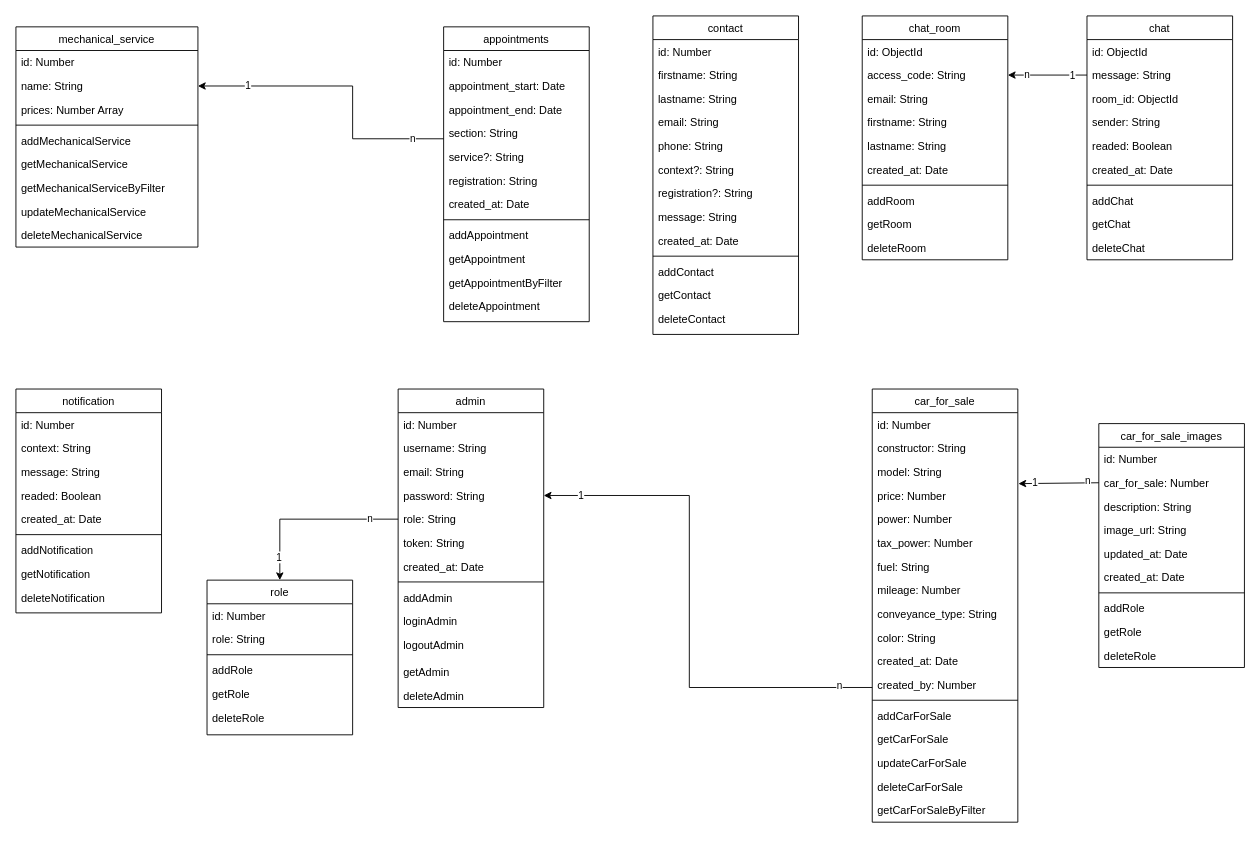
Earlier version of the draw.io diagram documentation/hephaistos-MCD.drawio (nsevendev/hephaistos). Source tidied: cells renumbered, new cells numbered last; positions are measured from the earlier drawing's top-left corner, leaving out a move shared by most shapes. Both pictures are drawn from the tidied source at 91%, with x=0, y=0 at pixel (15, 15).
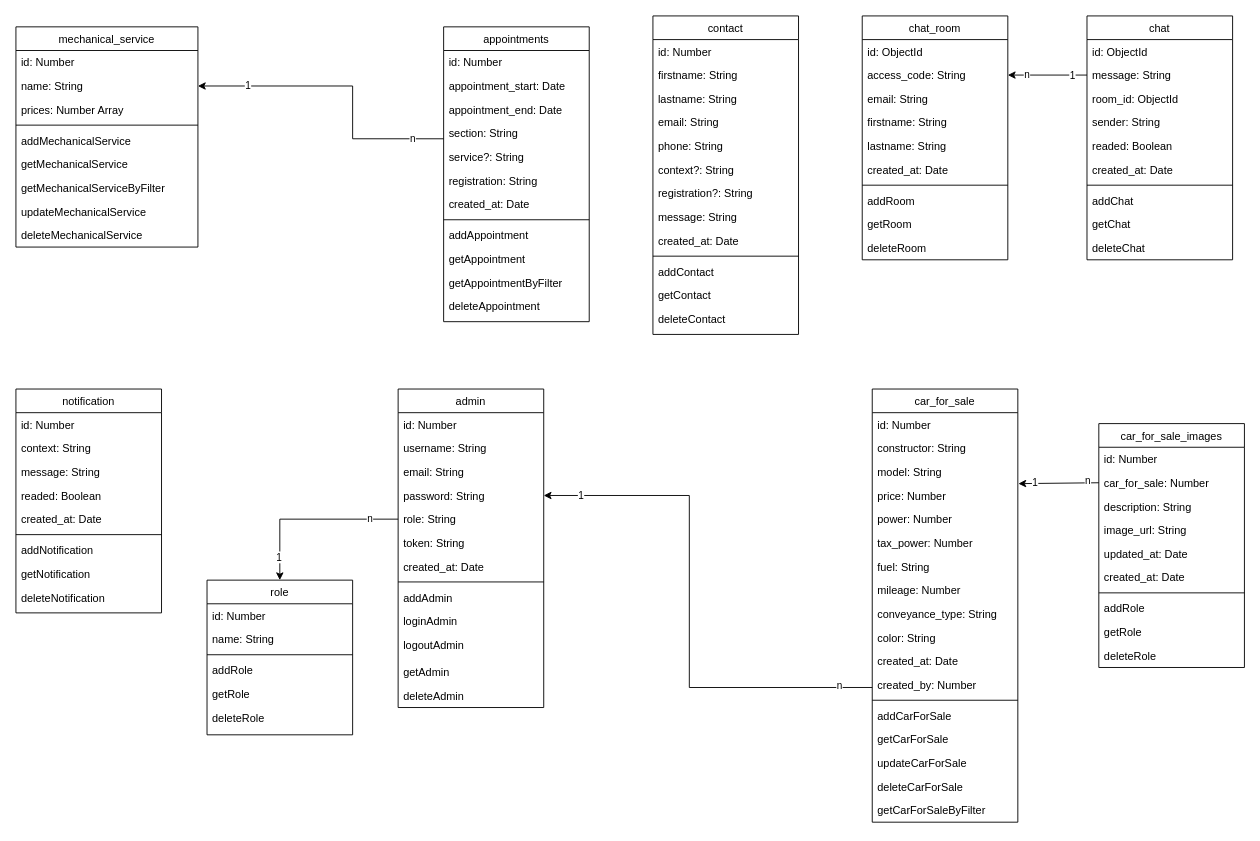
The same diagram, later.

Commit message:
modification schema role

Unchanged cells that the change refers to:
```xml
<mxCell id="87" value="role" style="swimlane;fontStyle=0;align=center;verticalAlign=top;horizontal=1;startSize=26;rounded=0;shadow=0;strokeWidth=1;" parent="1" vertex="1">
  <mxGeometry x="210" y="620" width="160" height="170" as="geometry" />
</mxCell>
```

The edit, as a diff of the source:
```diff
@@
-    <mxCell id="89" value="role: String" style="text;align=left;verticalAlign=top;spacingLeft=4;spacingRight=4;overflow=hidden;" parent="87" vertex="1">
+    <mxCell id="89" value="name: String" style="text;align=left;verticalAlign=top;spacingLeft=4;spacingRight=4;overflow=hidden;" parent="87" vertex="1">
       <mxGeometry y="52" width="160" height="26" as="geometry" />
     </mxCell>
```
